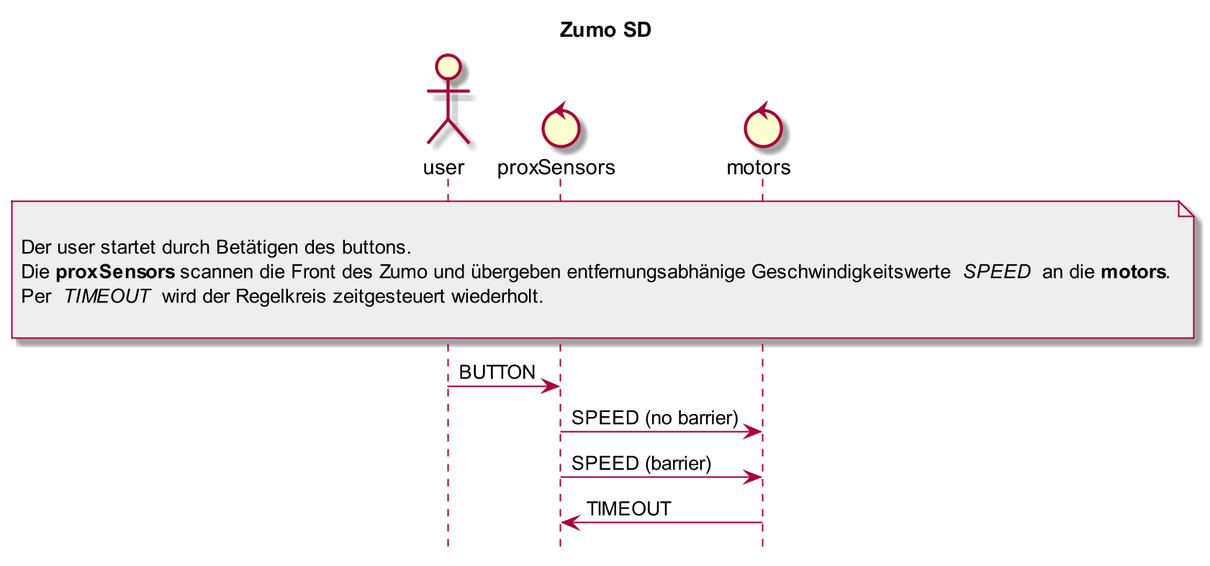
Earlier version of the PlantUML export Zumo/Zumo_SD.png (orje/Zumo_QM_QPnano).
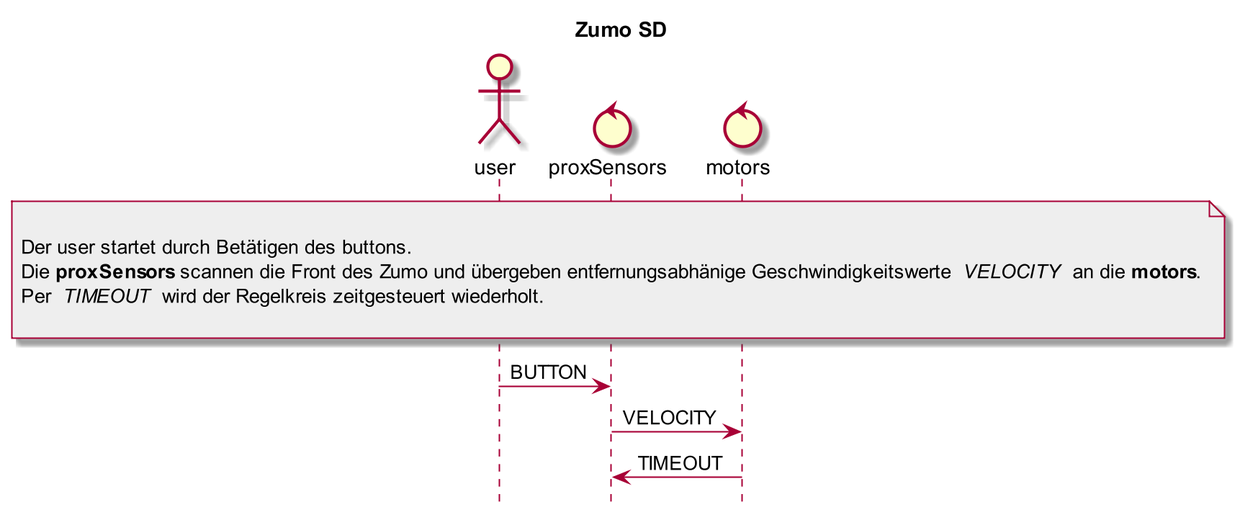
After the commit.

The edit, as a diff of the source:
```diff
@@ -17,7 +17,7 @@
 note over user, motors #EEEEEE
 
 Der user startet durch Betätigen des buttons.
-Die **proxSensors** scannen die Front des Zumo und übergeben entfernungsabhänige Geschwindigkeitswerte // SPEED // an die **motors**.
+Die **proxSensors** scannen die Front des Zumo und übergeben entfernungsabhänige Geschwindigkeitswerte // VELOCITY // an die **motors**.
 Per // TIMEOUT // wird der Regelkreis zeitgesteuert wiederholt.
 
 end note
@@ -25,8 +25,6 @@
 
 user -> proxSensors : BUTTON
 
-proxSensors -> motors : SPEED (no barrier)
-proxSensors -> motors : SPEED (barrier)
-
+proxSensors -> motors : VELOCITY
 motors -> proxSensors : TIMEOUT
 @enduml
```
